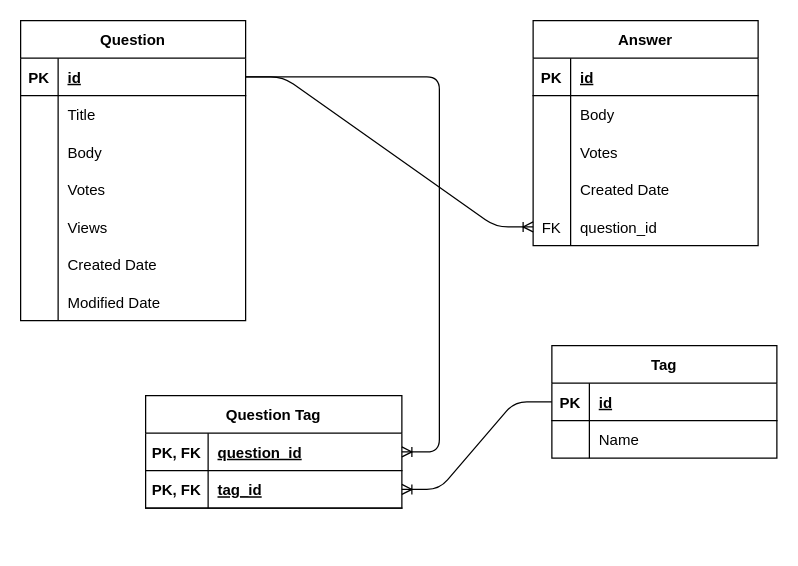
This is db_architecture.drawio from turalnovruzov/stackoverflow-analysis, a draw.io file, before an edit. Source tidied: cells renumbered, new cells numbered last; positions are measured from the earlier drawing's top-left corner, leaving out a move shared by most shapes. Both pictures are drawn from the tidied source at 125%, with x=0, y=0 at pixel (20, 20).
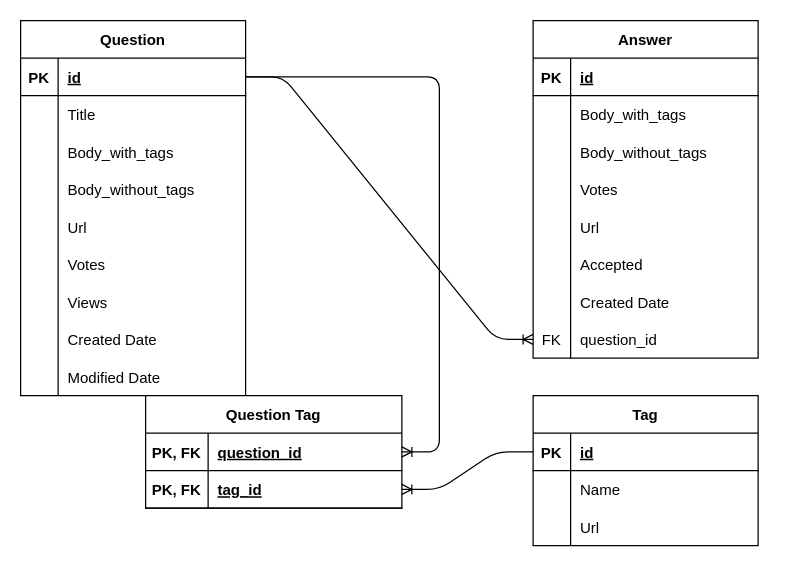
The same page after the edit.

The change refers to these unchanged cells:
```xml
<mxCell id="9" style="shape=tableRow;horizontal=0;startSize=0;swimlaneHead=0;swimlaneBody=0;fillColor=none;top=0;left=0;right=0;bottom=0;" parent="2" vertex="1">
  <mxGeometry y="90" width="180" height="30" as="geometry" />
</mxCell>
<mxCell id="28" style="shape=tableRow;horizontal=0;startSize=0;swimlaneHead=0;swimlaneBody=0;fillColor=none;top=0;left=0;right=0;bottom=0;" parent="24" vertex="1">
  <mxGeometry y="60" width="180" height="30" as="geometry" />
</mxCell>
```

Change to the diagram source:
```diff
@@
     <mxCell id="2" value="Question" style="shape=table;startSize=30;childLayout=tableLayout;rowLines=0;fontStyle=1;align=center;" parent="1" vertex="1">
-      <mxGeometry width="180" height="240" as="geometry" />
+      <mxGeometry width="180" height="300" as="geometry" />
     </mxCell>
@@
-    <mxCell id="11" value="Body" style="shape=partialRectangle;fillColor=none;top=0;left=0;bottom=0;right=0;align=left;spacingLeft=6;overflow=hidden;" parent="9" vertex="1">
+    <mxCell id="11" value="Body_with_tags" style="shape=partialRectangle;fillColor=none;top=0;left=0;bottom=0;right=0;align=left;spacingLeft=6;overflow=hidden;" parent="9" vertex="1">
       <mxGeometry x="30" width="150" height="30" as="geometry" />
     </mxCell>
+    <mxCell id="57" style="shape=tableRow;horizontal=0;startSize=0;swimlaneHead=0;swimlaneBody=0;fillColor=none;top=0;left=0;right=0;bottom=0;" parent="2" vertex="1">
+      <mxGeometry y="120" width="180" height="30" as="geometry" />
+    </mxCell>
+    <mxCell id="58" style="shape=partialRectangle;fillColor=none;top=0;left=0;bottom=0;right=0;overflow=hidden;" parent="57" vertex="1">
+      <mxGeometry width="30" height="30" as="geometry" />
+    </mxCell>
+    <mxCell id="59" value="Body_without_tags" style="shape=partialRectangle;fillColor=none;top=0;left=0;bottom=0;right=0;align=left;spacingLeft=6;overflow=hidden;" parent="57" vertex="1">
+      <mxGeometry x="30" width="150" height="30" as="geometry" />
+    </mxCell>
+    <mxCell id="60" style="shape=tableRow;horizontal=0;startSize=0;swimlaneHead=0;swimlaneBody=0;fillColor=none;top=0;left=0;right=0;bottom=0;" parent="2" vertex="1">
+      <mxGeometry y="150" width="180" height="30" as="geometry" />
+    </mxCell>
+    <mxCell id="61" style="shape=partialRectangle;fillColor=none;top=0;left=0;bottom=0;right=0;overflow=hidden;" parent="60" vertex="1">
+      <mxGeometry width="30" height="30" as="geometry" />
+    </mxCell>
+    <mxCell id="62" value="Url" style="shape=partialRectangle;fillColor=none;top=0;left=0;bottom=0;right=0;align=left;spacingLeft=6;overflow=hidden;" parent="60" vertex="1">
+      <mxGeometry x="30" width="150" height="30" as="geometry" />
+    </mxCell>
     <mxCell id="12" style="shape=tableRow;horizontal=0;startSize=0;swimlaneHead=0;swimlaneBody=0;fillColor=none;top=0;left=0;right=0;bottom=0;" parent="2" vertex="1">
-      <mxGeometry y="120" width="180" height="30" as="geometry" />
+      <mxGeometry y="180" width="180" height="30" as="geometry" />
     </mxCell>
@@
     <mxCell id="15" style="shape=tableRow;horizontal=0;startSize=0;swimlaneHead=0;swimlaneBody=0;fillColor=none;top=0;left=0;right=0;bottom=0;" parent="2" vertex="1">
-      <mxGeometry y="150" width="180" height="30" as="geometry" />
+      <mxGeometry y="210" width="180" height="30" as="geometry" />
     </mxCell>
@@
     <mxCell id="18" style="shape=tableRow;horizontal=0;startSize=0;swimlaneHead=0;swimlaneBody=0;fillColor=none;top=0;left=0;right=0;bottom=0;" parent="2" vertex="1">
-      <mxGeometry y="180" width="180" height="30" as="geometry" />
+      <mxGeometry y="240" width="180" height="30" as="geometry" />
     </mxCell>
@@
     <mxCell id="21" style="shape=tableRow;horizontal=0;startSize=0;swimlaneHead=0;swimlaneBody=0;fillColor=none;top=0;left=0;right=0;bottom=0;" parent="2" vertex="1">
-      <mxGeometry y="210" width="180" height="30" as="geometry" />
+      <mxGeometry y="270" width="180" height="30" as="geometry" />
     </mxCell>
@@
     <mxCell id="24" value="Answer" style="shape=table;startSize=30;childLayout=tableLayout;rowLines=0;fontStyle=1;align=center;" parent="1" vertex="1">
-      <mxGeometry x="410" width="180" height="180" as="geometry" />
+      <mxGeometry x="410" width="180" height="270" as="geometry" />
     </mxCell>
@@
-    <mxCell id="30" value="Body" style="shape=partialRectangle;fillColor=none;top=0;left=0;bottom=0;right=0;align=left;spacingLeft=6;overflow=hidden;" parent="28" vertex="1">
+    <mxCell id="30" value="Body_with_tags" style="shape=partialRectangle;fillColor=none;top=0;left=0;bottom=0;right=0;align=left;spacingLeft=6;overflow=hidden;" parent="28" vertex="1">
       <mxGeometry x="30" width="150" height="30" as="geometry" />
     </mxCell>
+    <mxCell id="63" style="shape=tableRow;horizontal=0;startSize=0;swimlaneHead=0;swimlaneBody=0;fillColor=none;top=0;left=0;right=0;bottom=0;" parent="24" vertex="1">
+      <mxGeometry y="90" width="180" height="30" as="geometry" />
+    </mxCell>
+    <mxCell id="64" style="shape=partialRectangle;fillColor=none;top=0;left=0;bottom=0;right=0;overflow=hidden;" parent="63" vertex="1">
+      <mxGeometry width="30" height="30" as="geometry" />
+    </mxCell>
+    <mxCell id="65" value="Body_without_tags" style="shape=partialRectangle;fillColor=none;top=0;left=0;bottom=0;right=0;align=left;spacingLeft=6;overflow=hidden;" parent="63" vertex="1">
+      <mxGeometry x="30" width="150" height="30" as="geometry" />
+    </mxCell>
     <mxCell id="31" style="shape=tableRow;horizontal=0;startSize=0;swimlaneHead=0;swimlaneBody=0;fillColor=none;top=0;left=0;right=0;bottom=0;" parent="24" vertex="1">
-      <mxGeometry y="90" width="180" height="30" as="geometry" />
+      <mxGeometry y="120" width="180" height="30" as="geometry" />
     </mxCell>
@@
+    <mxCell id="66" style="shape=tableRow;horizontal=0;startSize=0;swimlaneHead=0;swimlaneBody=0;fillColor=none;top=0;left=0;right=0;bottom=0;" parent="24" vertex="1">
+      <mxGeometry y="150" width="180" height="30" as="geometry" />
+    </mxCell>
+    <mxCell id="67" style="shape=partialRectangle;fillColor=none;top=0;left=0;bottom=0;right=0;overflow=hidden;" parent="66" vertex="1">
+      <mxGeometry width="30" height="30" as="geometry" />
+    </mxCell>
+    <mxCell id="68" value="Url" style="shape=partialRectangle;fillColor=none;top=0;left=0;bottom=0;right=0;align=left;spacingLeft=6;overflow=hidden;" parent="66" vertex="1">
+      <mxGeometry x="30" width="150" height="30" as="geometry" />
+    </mxCell>
+    <mxCell id="69" style="shape=tableRow;horizontal=0;startSize=0;swimlaneHead=0;swimlaneBody=0;fillColor=none;top=0;left=0;right=0;bottom=0;" parent="24" vertex="1">
+      <mxGeometry y="180" width="180" height="30" as="geometry" />
+    </mxCell>
+    <mxCell id="70" style="shape=partialRectangle;fillColor=none;top=0;left=0;bottom=0;right=0;overflow=hidden;" parent="69" vertex="1">
+      <mxGeometry width="30" height="30" as="geometry" />
+    </mxCell>
+    <mxCell id="71" value="Accepted" style="shape=partialRectangle;fillColor=none;top=0;left=0;bottom=0;right=0;align=left;spacingLeft=6;overflow=hidden;" parent="69" vertex="1">
+      <mxGeometry x="30" width="150" height="30" as="geometry" />
+    </mxCell>
     <mxCell id="34" style="shape=tableRow;horizontal=0;startSize=0;swimlaneHead=0;swimlaneBody=0;fillColor=none;top=0;left=0;right=0;bottom=0;" parent="24" vertex="1">
-      <mxGeometry y="120" width="180" height="30" as="geometry" />
+      <mxGeometry y="210" width="180" height="30" as="geometry" />
     </mxCell>
@@
     <mxCell id="37" style="shape=tableRow;horizontal=0;startSize=0;swimlaneHead=0;swimlaneBody=0;fillColor=none;points=[[0,0.5],[1,0.5]];portConstraint=eastwest;top=0;left=0;right=0;bottom=0;" parent="24" vertex="1">
-      <mxGeometry y="150" width="180" height="30" as="geometry" />
+      <mxGeometry y="240" width="180" height="30" as="geometry" />
     </mxCell>
@@
     <mxCell id="41" value="Tag" style="shape=table;startSize=30;childLayout=tableLayout;rowLines=0;fontStyle=1;align=center;" parent="1" vertex="1">
-      <mxGeometry x="425" y="260" width="180" height="90" as="geometry" />
+      <mxGeometry x="410" y="300" width="180" height="120" as="geometry" />
     </mxCell>
@@
+    <mxCell id="72" style="shape=tableRow;horizontal=0;startSize=0;swimlaneHead=0;swimlaneBody=0;fillColor=none;top=0;left=0;right=0;bottom=0;" parent="41" vertex="1">
+      <mxGeometry y="90" width="180" height="30" as="geometry" />
+    </mxCell>
+    <mxCell id="73" style="shape=partialRectangle;fillColor=none;top=0;left=0;bottom=0;right=0;overflow=hidden;" parent="72" vertex="1">
+      <mxGeometry width="30" height="30" as="geometry" />
+    </mxCell>
+    <mxCell id="74" value="Url" style="shape=partialRectangle;fillColor=none;top=0;left=0;bottom=0;right=0;align=left;spacingLeft=6;overflow=hidden;" parent="72" vertex="1">
+      <mxGeometry x="30" width="150" height="30" as="geometry" />
+    </mxCell>
```
